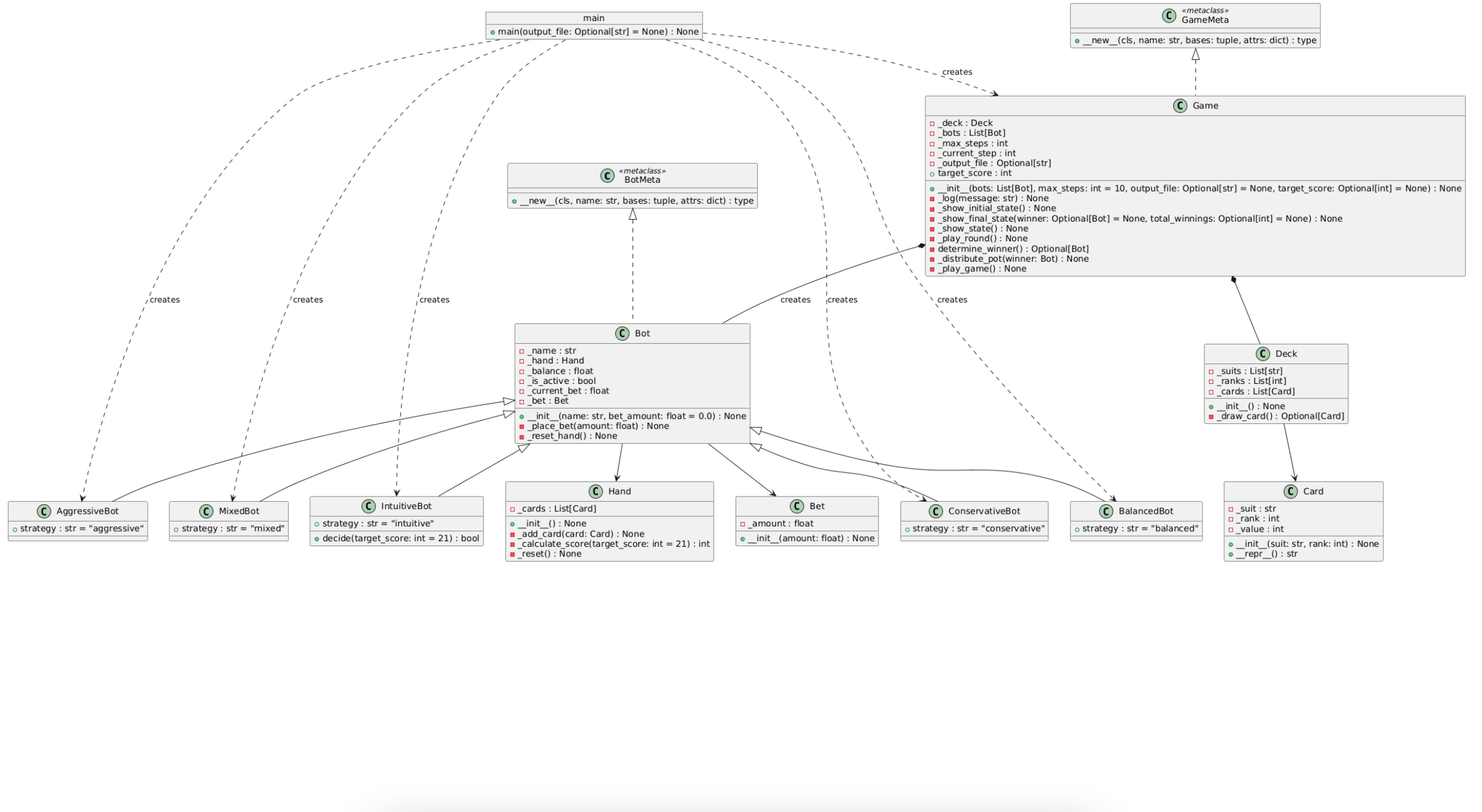
Above: project/game/docs/UML.png in touge13/spbuPythonCourse (PlantUML), before the change. Its source is kept beside it as project/game/docs/UML.puml.
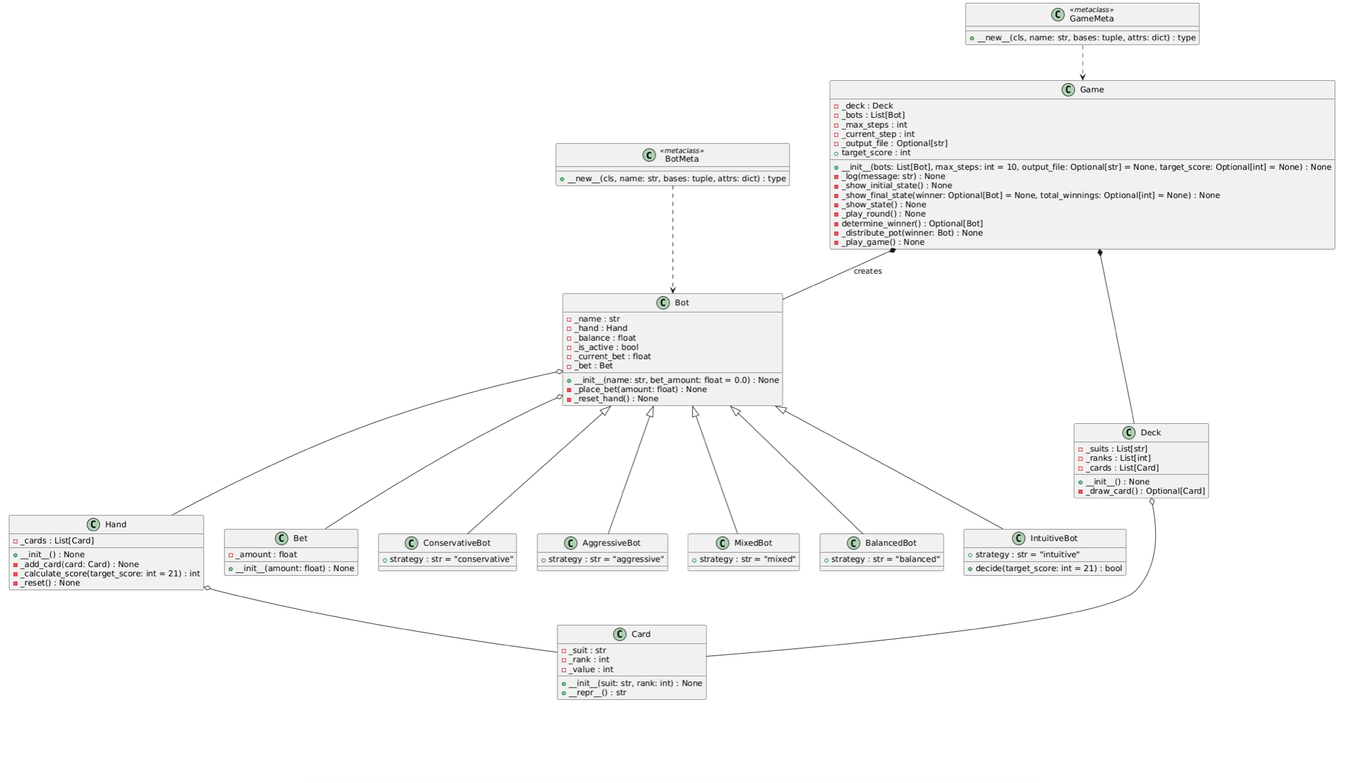
After the commit.

Diff of the diagram source:
```diff
@@ -88,28 +88,19 @@
     +target_score : int
 }
 
-object main {
-    +main(output_file: Optional[str] = None) : None
-}
+BotMeta ..> Bot
+GameMeta ..> Game
+Bot o-- Hand
+Bot o-- Bet
+Hand o-- Card
+Deck o-- Card
+Game *-- Deck
+Game *-- Bot : "creates"
 
-BotMeta <|.. Bot
 Bot <|-- ConservativeBot
 Bot <|-- AggressiveBot
 Bot <|-- MixedBot
 Bot <|-- BalancedBot
 Bot <|-- IntuitiveBot
-Deck --> Card
-Bot --> Hand
-Bot --> Bet
-GameMeta <|.. Game
-Game *-- Deck
-Game *-- Bot : "creates"
-
-main ..> ConservativeBot : "creates"
-main ..> AggressiveBot : "creates"
-main ..> MixedBot : "creates"
-main ..> BalancedBot : "creates"
-main ..> IntuitiveBot : "creates"
-main ..> Game : "creates"
 
 @enduml
```
